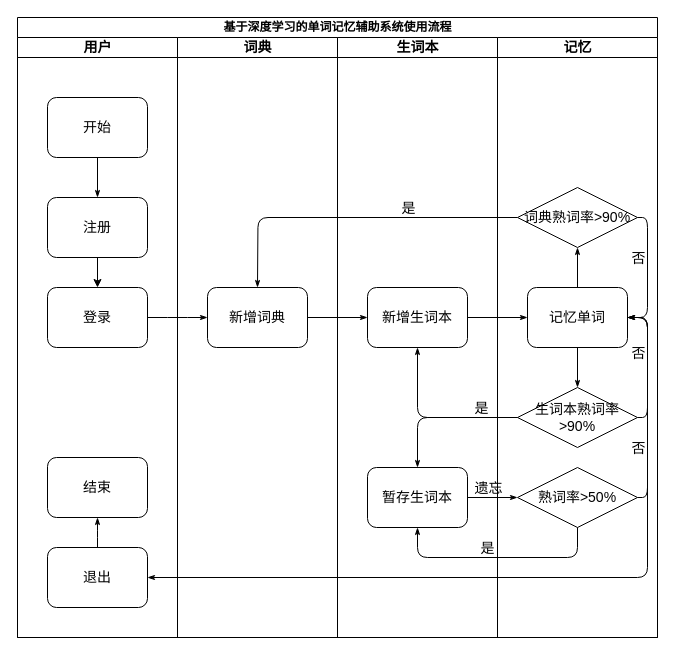
Before: 流程图.drawio in Yorick-Ryu/DFD, a draw.io diagram. Source tidied: cells renumbered, new cells numbered last; positions are measured from the earlier drawing's top-left corner, leaving out a move shared by most shapes. Both pictures are drawn from the tidied source at 100%, with x=0, y=0 at pixel (17, 17).
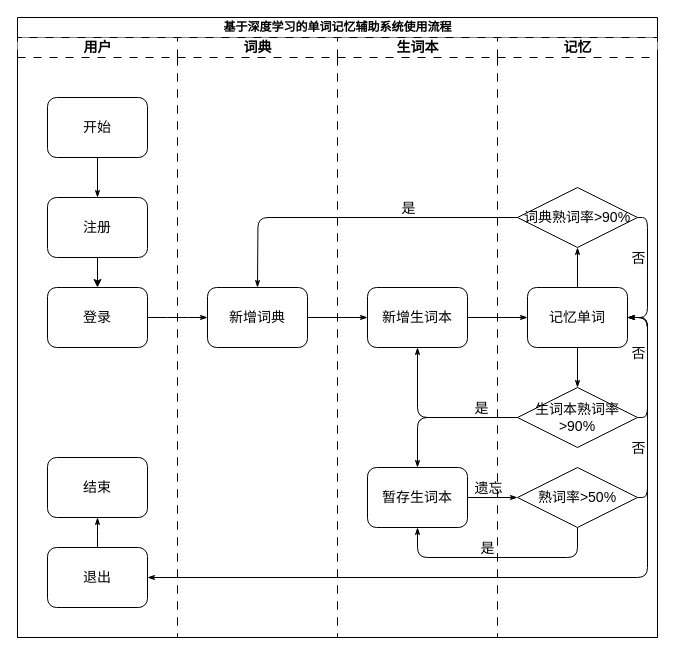
Above is the later version.

Commit message:
更新流程图.drawio

The change refers to these unchanged cells:
```xml
<mxCell id="2" value="&lt;font face=&quot;宋体&quot; style=&quot;font-size: 12px;&quot;&gt;基于深度学习的单词记忆辅助系统使用流程&lt;/font&gt;" style="swimlane;html=1;startSize=20;rounded=0;shadow=0;labelBackgroundColor=none;strokeWidth=1;fontFamily=Verdana;fontSize=8;align=center;" parent="1" vertex="1">
  <mxGeometry width="640" height="620" as="geometry" />
</mxCell>
```

Diff of the diagram source:
```diff
@@
-    <mxCell id="3" value="用户" style="swimlane;html=1;startSize=20;fontFamily=宋体;fontSize=14;" parent="2" vertex="1">
+    <mxCell id="3" value="用户" style="swimlane;html=1;startSize=20;fontFamily=宋体;fontSize=14;dashed=1;dashPattern=8 8;" parent="2" vertex="1">
       <mxGeometry y="20" width="160" height="600" as="geometry" />
     </mxCell>
@@
-    <mxCell id="12" value="词典" style="swimlane;html=1;startSize=20;fontFamily=宋体;fontSize=14;" parent="2" vertex="1">
+    <mxCell id="12" value="词典" style="swimlane;html=1;startSize=20;fontFamily=宋体;fontSize=14;dashed=1;dashPattern=8 8;" parent="2" vertex="1">
       <mxGeometry x="160" y="20" width="160" height="600" as="geometry" />
     </mxCell>
@@
-    <mxCell id="14" value="生词本" style="swimlane;html=1;startSize=20;fontFamily=宋体;fontSize=14;" parent="2" vertex="1">
+    <mxCell id="14" value="生词本" style="swimlane;html=1;startSize=20;fontFamily=宋体;fontSize=14;dashed=1;dashPattern=8 8;" parent="2" vertex="1">
       <mxGeometry x="320" y="20" width="160" height="600" as="geometry" />
     </mxCell>
@@
-    <mxCell id="17" value="记忆" style="swimlane;html=1;startSize=20;fontFamily=宋体;fontSize=14;" parent="2" vertex="1">
+    <mxCell id="17" value="记忆" style="swimlane;html=1;startSize=20;fontFamily=宋体;fontSize=14;dashed=1;dashPattern=8 8;" parent="2" vertex="1">
       <mxGeometry x="480" y="20" width="160" height="600" as="geometry" />
     </mxCell>
```
